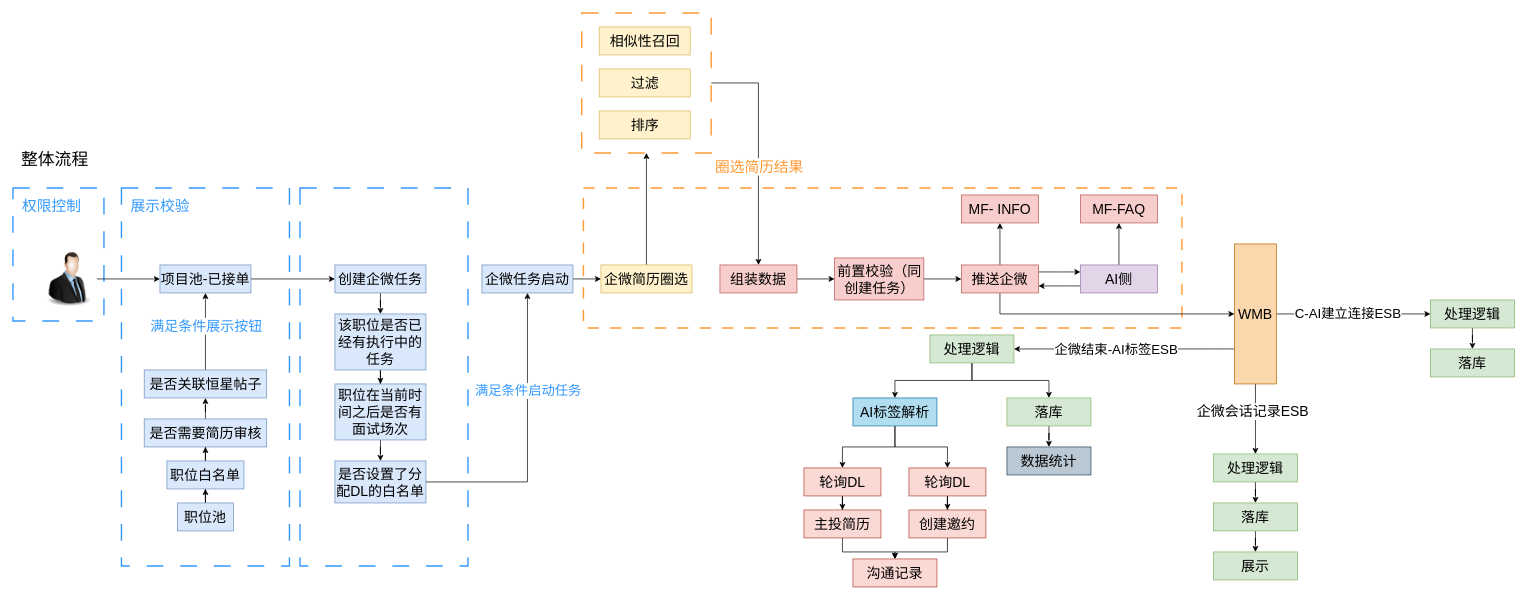
Above: 魔方约面-AI企微.drawio in LuOyEbY/draw-b (draw.io), before the change. Source tidied: cells renumbered, new cells numbered last; positions are measured from the earlier drawing's top-left corner, leaving out a move shared by most shapes. Both pictures are drawn from the tidied source at 70%, with x=0, y=0 at pixel (13, 13).
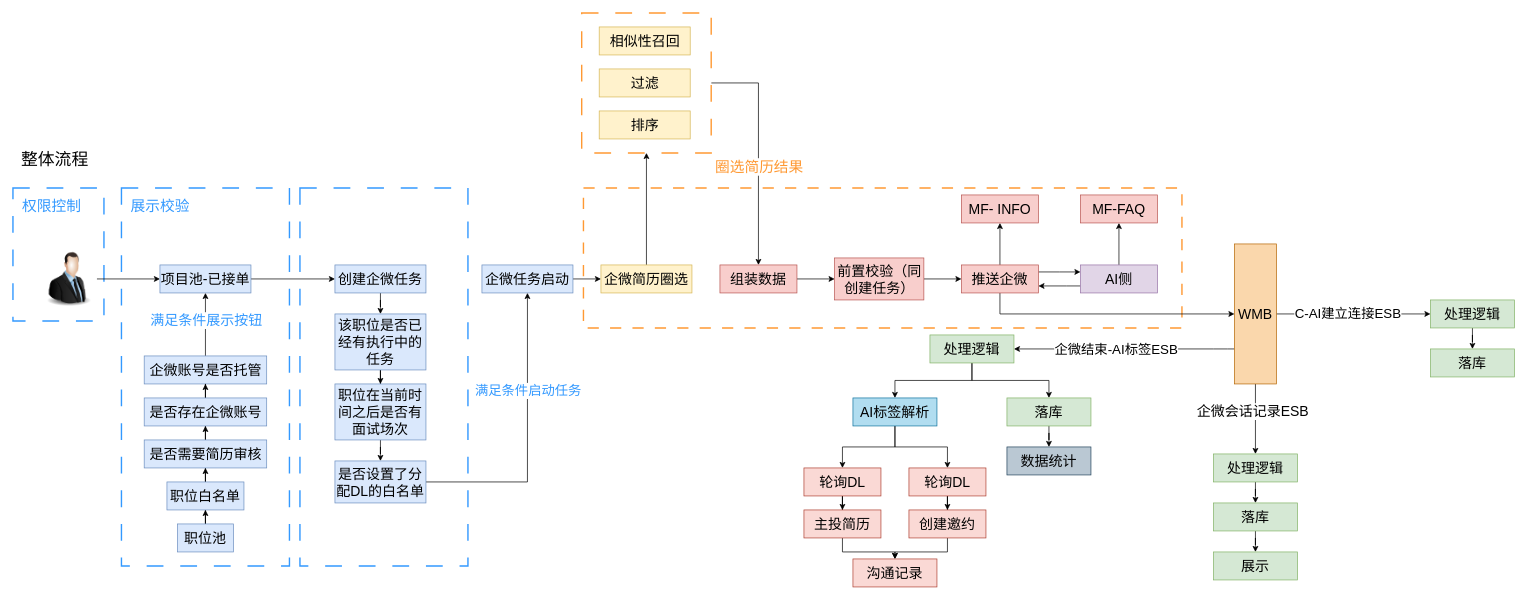
After the change.

Commit message (it also covers changes not shown here):
更新魔方约面-AI企微.drawio

Diff of the diagram source:
```diff
@@
     <mxCell id="48" value="职位池" style="whiteSpace=wrap;html=1;verticalAlign=middle;labelBackgroundColor=none;fontSize=20;fillColor=#dae8fc;strokeColor=#6c8ebf;rounded=0;" parent="1" vertex="1">
-      <mxGeometry x="235" y="700" width="80" height="40" as="geometry" />
+      <mxGeometry x="235" y="730" width="80" height="40" as="geometry" />
     </mxCell>
@@
     <mxCell id="50" value="职位白名单" style="whiteSpace=wrap;html=1;verticalAlign=middle;labelBackgroundColor=none;fontSize=20;fillColor=#dae8fc;strokeColor=#6c8ebf;rounded=0;" parent="1" vertex="1">
-      <mxGeometry x="220" y="640" width="110" height="40" as="geometry" />
+      <mxGeometry x="220" y="670" width="110" height="40" as="geometry" />
     </mxCell>
-    <mxCell id="51" style="edgeStyle=orthogonalEdgeStyle;rounded=0;jettySize=auto;html=1;" parent="1" edge="1" source="52" target="59">
-      <mxGeometry relative="1" as="geometry" />
-    </mxCell>
+    <mxCell id="87" style="edgeStyle=orthogonalEdgeStyle;rounded=0;jettySize=auto;html=1;" parent="1" edge="1" source="52" target="89">
+      <mxGeometry relative="1" as="geometry" />
+    </mxCell>
     <mxCell id="52" value="是否需要简历审核" style="whiteSpace=wrap;html=1;verticalAlign=middle;labelBackgroundColor=none;fontSize=20;fillColor=#dae8fc;strokeColor=#6c8ebf;rounded=0;" parent="1" vertex="1">
-      <mxGeometry x="187.5" y="580" width="175" height="40" as="geometry" />
+      <mxGeometry x="187.5" y="610" width="175" height="40" as="geometry" />
     </mxCell>
@@
-    <mxCell id="59" value="是否关联恒星帖子" style="whiteSpace=wrap;html=1;verticalAlign=middle;labelBackgroundColor=none;fontSize=20;fillColor=#dae8fc;strokeColor=#6c8ebf;rounded=0;" parent="1" vertex="1">
-      <mxGeometry x="187.5" y="510" width="175" height="40" as="geometry" />
+    <mxCell id="59" value="企微账号是否托管" style="whiteSpace=wrap;html=1;verticalAlign=middle;labelBackgroundColor=none;fontSize=20;fillColor=#dae8fc;strokeColor=#6c8ebf;rounded=0;" parent="1" vertex="1">
+      <mxGeometry x="187.5" y="490" width="175" height="40" as="geometry" />
     </mxCell>
@@
+    <mxCell id="88" style="edgeStyle=orthogonalEdgeStyle;rounded=0;jettySize=auto;html=1;entryX=0.5;entryY=1;entryDx=0;entryDy=0;" parent="1" edge="1" source="89" target="59">
+      <mxGeometry relative="1" as="geometry" />
+    </mxCell>
+    <mxCell id="89" value="是否存在企微账号" style="whiteSpace=wrap;html=1;verticalAlign=middle;labelBackgroundColor=none;fontSize=20;fillColor=#dae8fc;strokeColor=#6c8ebf;rounded=0;" parent="1" vertex="1">
+      <mxGeometry x="187.5" y="550" width="175" height="40" as="geometry" />
+    </mxCell>
```
